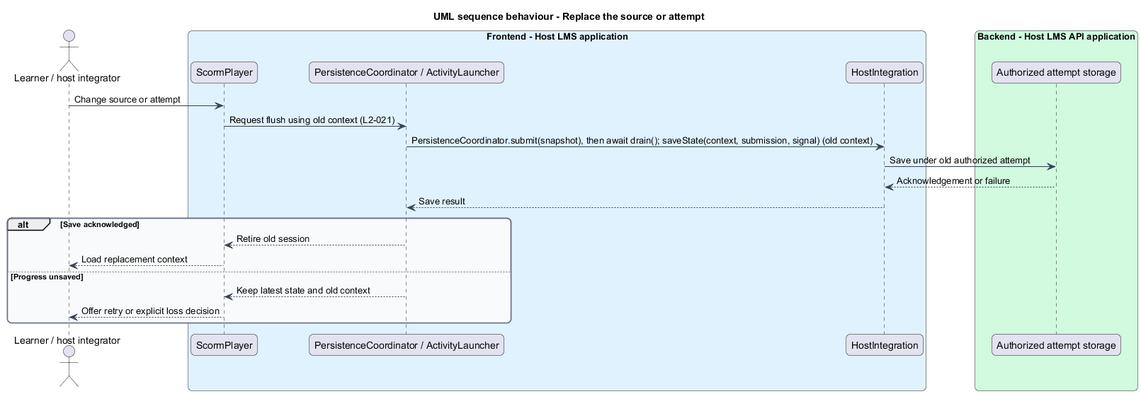
This is docs/detailed-designs/scorm-player/integrate-host/diagrams/sequence-replace.png from QuinntyneBrown/Tessera, a PlantUML export, as it was before one commit. Its diagram source:
```plantuml
@startuml
title UML sequence behaviour - Replace the source or attempt
skinparam backgroundColor #FFFFFF
skinparam shadowing false
skinparam roundcorner 12
skinparam defaultFontName Arial
skinparam ArrowColor #344054
skinparam rectangle {
  BorderColor #344054
  FontColor #101828
}
skinparam package {
  BorderColor #667085
  FontColor #101828
  BackgroundColor #F9FAFB
}
actor "Learner / host integrator" as actor
box "Frontend - Host LMS application" #E0F2FE
  participant "ScormPlayer" as shell
  participant "PersistenceCoordinator / ActivityLauncher" as core
  participant "HostIntegration" as host
end box
box "Backend - Host LMS API application" #D1FADF
  participant "Authorized attempt storage" as api
end box

actor -> shell : Change source or attempt
shell -> core : Request flush using old context (L2-021)
core -> host : PersistenceCoordinator.submit(snapshot), then await drain(); saveState(context, submission, signal) (old context)
host -> api : Save under old authorized attempt
api --> host : Acknowledgement or failure
host --> core : Save result
alt Save acknowledged
  core --> shell : Retire old session
  shell --> actor : Load replacement context
else Progress unsaved
  core --> shell : Keep latest state and old context
  shell --> actor : Offer retry or explicit loss decision
end
@enduml
```
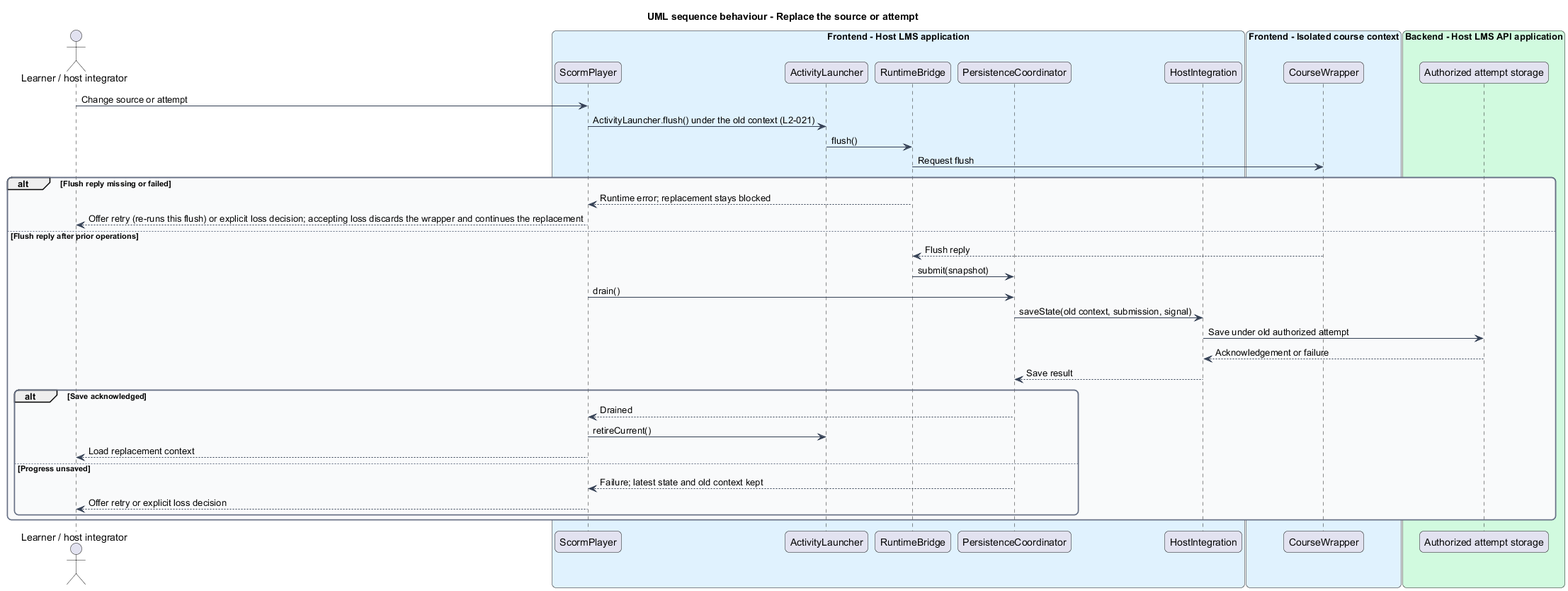
After the change.

Diff of the diagram source:
```diff
@@ -17,24 +17,40 @@
 actor "Learner / host integrator" as actor
 box "Frontend - Host LMS application" #E0F2FE
   participant "ScormPlayer" as shell
-  participant "PersistenceCoordinator / ActivityLauncher" as core
+  participant "ActivityLauncher" as launcher
+  participant "RuntimeBridge" as bridge
+  participant "PersistenceCoordinator" as persist
   participant "HostIntegration" as host
+end box
+box "Frontend - Isolated course context" #E0F2FE
+  participant "CourseWrapper" as wrapper
 end box
 box "Backend - Host LMS API application" #D1FADF
   participant "Authorized attempt storage" as api
 end box
 
 actor -> shell : Change source or attempt
-shell -> core : Request flush using old context (L2-021)
-core -> host : PersistenceCoordinator.submit(snapshot), then await drain(); saveState(context, submission, signal) (old context)
-host -> api : Save under old authorized attempt
-api --> host : Acknowledgement or failure
-host --> core : Save result
-alt Save acknowledged
-  core --> shell : Retire old session
-  shell --> actor : Load replacement context
-else Progress unsaved
-  core --> shell : Keep latest state and old context
-  shell --> actor : Offer retry or explicit loss decision
+shell -> launcher : ActivityLauncher.flush() under the old context (L2-021)
+launcher -> bridge : flush()
+bridge -> wrapper : Request flush
+alt Flush reply missing or failed
+  bridge --> shell : Runtime error; replacement stays blocked
+  shell --> actor : Offer retry (re-runs this flush) or explicit loss decision; accepting loss discards the wrapper and continues the replacement
+else Flush reply after prior operations
+  wrapper --> bridge : Flush reply
+  bridge -> persist : submit(snapshot)
+  shell -> persist : drain()
+  persist -> host : saveState(old context, submission, signal)
+  host -> api : Save under old authorized attempt
+  api --> host : Acknowledgement or failure
+  host --> persist : Save result
+  alt Save acknowledged
+    persist --> shell : Drained
+    shell -> launcher : retireCurrent()
+    shell --> actor : Load replacement context
+  else Progress unsaved
+    persist --> shell : Failure; latest state and old context kept
+    shell --> actor : Offer retry or explicit loss decision
+  end
 end
 @enduml
```
